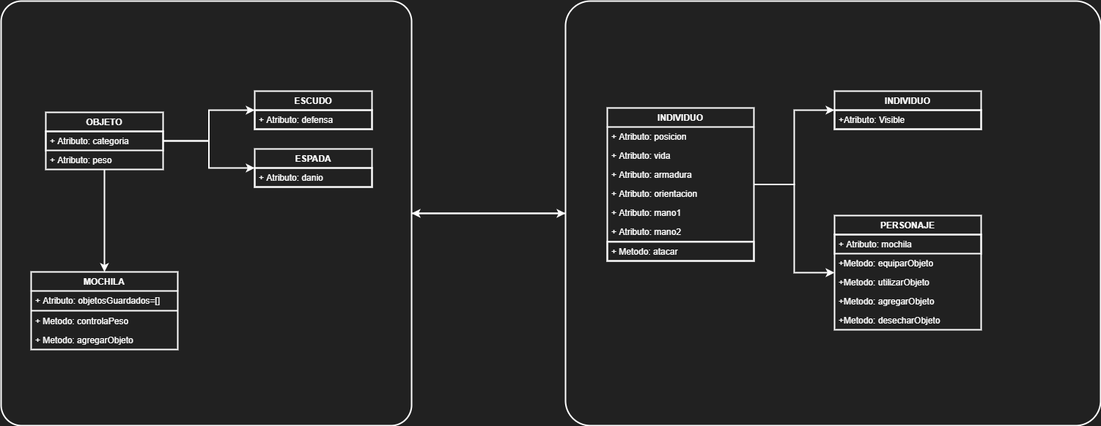
This is picture/presentacion/tp_algo1.drawio.png from algo1unsam/2021s1-tp-grupal-juego-recursa3, a draw.io export, as it was before one commit. Source tidied: cells renumbered, new cells last; positions are measured from the earlier drawing's top-left corner, leaving out a move shared by most shapes.
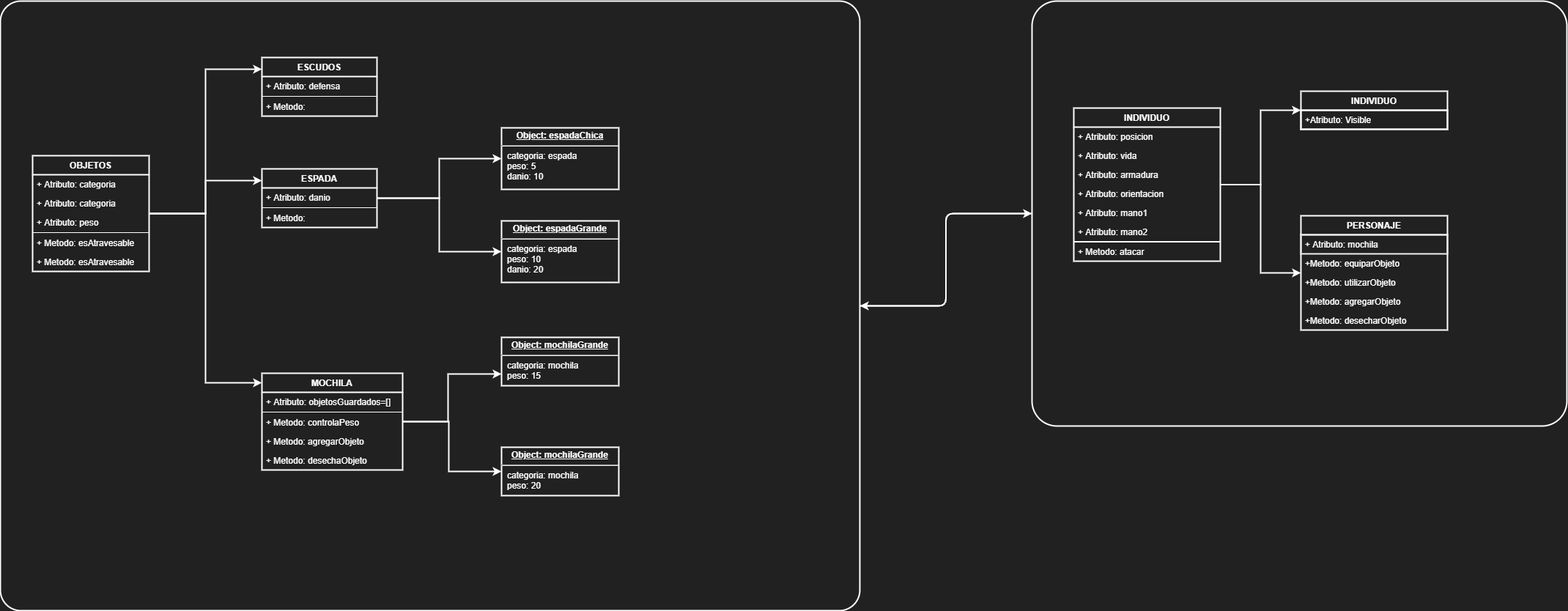
Later version of the same file.

Commit message:
Se agrega grafico

What changed in the source:
```diff
@@ -6,35 +6,11 @@
       <mxGeometry relative="1" as="geometry" />
     </mxCell>
     <mxCell id="3" style="rounded=1;whiteSpace=wrap;html=1;absoluteArcSize=1;arcSize=56;strokeWidth=2;fillColor=none;fontColor=#FFFFFF;strokeColor=#FFFFFF;" parent="1" vertex="1">
-      <mxGeometry width="560" height="580" as="geometry" />
+      <mxGeometry x="-638" width="1173" height="832" as="geometry" />
     </mxCell>
     <mxCell id="4" style="rounded=1;whiteSpace=wrap;html=1;absoluteArcSize=1;arcSize=68;strokeWidth=2;fillColor=none;fontColor=#FFFFFF;strokeColor=#FFFFFF;" parent="1" vertex="1">
       <mxGeometry x="770" width="730" height="580" as="geometry" />
     </mxCell>
-    <mxCell id="5" style="edgeStyle=orthogonalEdgeStyle;rounded=0;jettySize=auto;html=1;entryX=0;entryY=0.5;entryDx=0;entryDy=0;strokeWidth=2;fillColor=none;fontColor=#FFFFFF;strokeColor=#FFFFFF;" parent="1" edge="1" source="8" target="11">
-      <mxGeometry relative="1" as="geometry" />
-    </mxCell>
-    <mxCell id="6" style="edgeStyle=orthogonalEdgeStyle;rounded=0;jettySize=auto;html=1;strokeWidth=2;entryX=0;entryY=0.5;entryDx=0;entryDy=0;fillColor=none;fontColor=#FFFFFF;strokeColor=#FFFFFF;" parent="1" edge="1" source="8" target="32">
-      <mxGeometry relative="1" as="geometry" />
-    </mxCell>
-    <mxCell id="7" style="edgeStyle=orthogonalEdgeStyle;curved=0;rounded=1;sketch=0;jettySize=auto;html=1;strokeWidth=2;fillColor=none;fontColor=#FFFFFF;strokeColor=#FFFFFF;" parent="1" edge="1" source="8" target="34">
-      <mxGeometry relative="1" as="geometry" />
-    </mxCell>
-    <mxCell id="8" value="OBJETO" style="swimlane;fontStyle=1;align=center;verticalAlign=top;horizontal=1;startSize=26;fillColor=none;strokeWidth=2;fontColor=#FFFFFF;strokeColor=#FFFFFF;" parent="1" vertex="1">
-      <mxGeometry x="61" y="152" width="160" height="78" as="geometry" />
-    </mxCell>
-    <mxCell id="9" value="+ Atributo: categoria" style="text;fillColor=none;align=left;verticalAlign=top;spacingLeft=4;spacingRight=4;overflow=hidden;strokeWidth=2;fontColor=#FFFFFF;strokeColor=#FFFFFF;" parent="8" vertex="1">
-      <mxGeometry y="26" width="160" height="26" as="geometry" />
-    </mxCell>
-    <mxCell id="10" value="+ Atributo: peso" style="text;fillColor=none;align=left;verticalAlign=top;spacingLeft=4;spacingRight=4;overflow=hidden;fontColor=#FFFFFF;strokeWidth=2;" parent="8" vertex="1">
-      <mxGeometry y="52" width="160" height="26" as="geometry" />
-    </mxCell>
-    <mxCell id="11" value="ESCUDO" style="swimlane;fontStyle=1;align=center;verticalAlign=top;horizontal=1;startSize=26;fillColor=none;strokeWidth=2;fontColor=#FFFFFF;strokeColor=#FFFFFF;" parent="1" vertex="1">
-      <mxGeometry x="346" y="123" width="160" height="52" as="geometry" />
-    </mxCell>
-    <mxCell id="12" value="+ Atributo: defensa" style="text;fillColor=none;align=left;verticalAlign=top;spacingLeft=4;spacingRight=4;overflow=hidden;fontColor=#FFFFFF;strokeColor=#FFFFFF;strokeWidth=2;" parent="11" vertex="1">
-      <mxGeometry y="26" width="160" height="26" as="geometry" />
-    </mxCell>
     <mxCell id="13" style="edgeStyle=orthogonalEdgeStyle;rounded=0;jettySize=auto;html=1;strokeWidth=2;fillColor=none;fontColor=#FFFFFF;strokeColor=#FFFFFF;" parent="1" edge="1" source="15" target="24">
       <mxGeometry relative="1" as="geometry" />
     </mxCell>
@@ -65,7 +41,7 @@
     <mxCell id="22" style="line;strokeWidth=2;fillColor=none;align=left;verticalAlign=middle;spacingTop=-1;spacingLeft=3;spacingRight=3;labelPosition=right;fontColor=#FFFFFF;strokeColor=#FFFFFF;" parent="15" vertex="1">
       <mxGeometry y="182" width="200" height="1" as="geometry" />
     </mxCell>
-    <mxCell id="23" value="+ Metodo: atacar" style="text;fillColor=none;align=left;verticalAlign=top;spacingLeft=4;spacingRight=4;overflow=hidden;fontColor=#FFFFFF;strokeColor=#FFFFFF;strokeWidth=2;" parent="15" vertex="1">
+    <mxCell id="23" value="+ Metodo: atacar" style="text;fillColor=none;align=left;verticalAlign=top;spacingLeft=4;spacingRight=4;overflow=hidden;fontColor=#FFFFFF;strokeWidth=2;arcSize=12;" parent="15" vertex="1">
       <mxGeometry y="183" width="200" height="26" as="geometry" />
     </mxCell>
     <mxCell id="24" value="INDIVIDUO" style="swimlane;fontStyle=1;align=center;verticalAlign=top;horizontal=1;startSize=26;fillColor=none;strokeWidth=2;fontColor=#FFFFFF;strokeColor=#FFFFFF;" parent="1" vertex="1">
@@ -77,7 +53,7 @@
     <mxCell id="26" value="PERSONAJE" style="swimlane;fontStyle=1;align=center;verticalAlign=top;horizontal=1;startSize=26;fillColor=none;strokeWidth=2;fontColor=#FFFFFF;strokeColor=#FFFFFF;" parent="1" vertex="1">
       <mxGeometry x="1137" y="293" width="200" height="156" as="geometry" />
     </mxCell>
-    <mxCell id="27" value="+ Atributo: mochila" style="text;fillColor=none;align=left;verticalAlign=top;spacingLeft=4;spacingRight=4;overflow=hidden;fontColor=#FFFFFF;strokeColor=#FFFFFF;strokeWidth=2;" parent="26" vertex="1">
+    <mxCell id="27" value="+ Atributo: mochila" style="text;fillColor=none;align=left;verticalAlign=top;spacingLeft=4;spacingRight=4;overflow=hidden;fontColor=#FFFFFF;strokeWidth=2;strokeColor=#f0f0f0;" parent="26" vertex="1">
       <mxGeometry y="26" width="200" height="26" as="geometry" />
     </mxCell>
     <mxCell id="28" value="+Metodo: equiparObjeto" style="text;fillColor=none;align=left;verticalAlign=top;spacingLeft=4;spacingRight=4;overflow=hidden;fontColor=#FFFFFF;strokeWidth=2;" parent="26" vertex="1">
@@ -92,29 +68,129 @@
     <mxCell id="31" value="+Metodo: desecharObjeto" style="text;fillColor=none;align=left;verticalAlign=top;spacingLeft=4;spacingRight=4;overflow=hidden;fontColor=#FFFFFF;strokeWidth=2;" parent="26" vertex="1">
       <mxGeometry y="130" width="200" height="26" as="geometry" />
     </mxCell>
-    <mxCell id="32" value="ESPADA" style="swimlane;fontStyle=1;align=center;verticalAlign=top;horizontal=1;startSize=26;fillColor=none;strokeWidth=2;fontColor=#FFFFFF;strokeColor=#FFFFFF;" parent="1" vertex="1">
-      <mxGeometry x="346" y="202" width="160" height="52" as="geometry" />
-    </mxCell>
-    <mxCell id="33" value="+ Atributo: danio" style="text;fillColor=none;align=left;verticalAlign=top;spacingLeft=4;spacingRight=4;overflow=hidden;strokeWidth=2;fontColor=#FFFFFF;strokeColor=#FFFFFF;" parent="32" vertex="1">
-      <mxGeometry y="26" width="160" height="26" as="geometry" />
-    </mxCell>
+    <mxCell id="40" style="edgeStyle=orthogonalEdgeStyle;rounded=0;jettySize=auto;html=1;shadow=0;strokeColor=#FFFFFF;strokeWidth=2;fontColor=#FFFFFF;" parent="1" edge="1" source="34" target="61">
+      <mxGeometry relative="1" as="geometry">
+        <Array as="points">
+          <mxPoint x="-27" y="574" />
+          <mxPoint x="-27" y="509" />
+        </Array>
+      </mxGeometry>
+    </mxCell>
+    <mxCell id="41" style="edgeStyle=orthogonalEdgeStyle;rounded=0;jettySize=auto;html=1;shadow=0;strokeColor=#FFFFFF;strokeWidth=2;fontColor=#FFFFFF;" parent="1" edge="1" source="34" target="62">
+      <mxGeometry relative="1" as="geometry">
+        <Array as="points">
+          <mxPoint x="-26" y="574" />
+          <mxPoint x="-26" y="642" />
+        </Array>
+      </mxGeometry>
+    </mxCell>
     <mxCell id="34" value="MOCHILA" style="swimlane;fontStyle=1;align=center;verticalAlign=top;horizontal=1;startSize=26;fillColor=none;strokeWidth=2;fontColor=#FFFFFF;strokeColor=#FFFFFF;" parent="1" vertex="1">
-      <mxGeometry x="41" y="370" width="200" height="106" as="geometry" />
+      <mxGeometry x="-281" y="508" width="192" height="132" as="geometry" />
     </mxCell>
-    <mxCell id="35" value="+ Atributo: objetosGuardados=[]" style="text;fillColor=none;align=left;verticalAlign=top;spacingLeft=4;spacingRight=4;overflow=hidden;fontColor=#FFFFFF;strokeWidth=2;" parent="34" vertex="1">
-      <mxGeometry y="26" width="200" height="26" as="geometry" />
+    <mxCell id="35" value="+ Atributo: objetosGuardados=[]" style="text;fillColor=none;align=left;verticalAlign=top;spacingLeft=4;spacingRight=4;overflow=hidden;fontColor=#FFFFFF;strokeWidth=1;" parent="34" vertex="1">
+      <mxGeometry y="26" width="192" height="26" as="geometry" />
     </mxCell>
-    <mxCell id="36" style="line;strokeWidth=2;fillColor=none;align=left;verticalAlign=middle;spacingTop=-1;spacingLeft=3;spacingRight=3;labelPosition=right;fontColor=#FFFFFF;strokeColor=#FFFFFF;" parent="34" vertex="1">
-      <mxGeometry y="52" width="200" height="2" as="geometry" />
+    <mxCell id="36" style="line;strokeWidth=1;fillColor=none;align=left;verticalAlign=middle;spacingTop=-1;spacingLeft=3;spacingRight=3;labelPosition=right;fontColor=#FFFFFF;strokeColor=#FFFFFF;" parent="34" vertex="1">
+      <mxGeometry y="52" width="192" height="2" as="geometry" />
     </mxCell>
     <mxCell id="37" value="+ Metodo: controlaPeso" style="text;fillColor=none;align=left;verticalAlign=top;spacingLeft=4;spacingRight=4;overflow=hidden;fontColor=#FFFFFF;strokeWidth=2;" parent="34" vertex="1">
-      <mxGeometry y="54" width="200" height="26" as="geometry" />
+      <mxGeometry y="54" width="192" height="26" as="geometry" />
     </mxCell>
     <mxCell id="38" value="+ Metodo: agregarObjeto" style="text;fillColor=none;align=left;verticalAlign=top;spacingLeft=4;spacingRight=4;overflow=hidden;fontColor=#FFFFFF;strokeWidth=2;" parent="34" vertex="1">
-      <mxGeometry y="80" width="200" height="26" as="geometry" />
+      <mxGeometry y="80" width="192" height="26" as="geometry" />
     </mxCell>
+    <mxCell id="42" value="+ Metodo: desechaObjeto" style="text;fillColor=none;align=left;verticalAlign=top;spacingLeft=4;spacingRight=4;overflow=hidden;fontColor=#FFFFFF;strokeWidth=2;" parent="34" vertex="1">
+      <mxGeometry y="106" width="192" height="26" as="geometry" />
+    </mxCell>
     <mxCell id="39" style="edgeStyle=orthogonalEdgeStyle;curved=0;rounded=1;sketch=0;jettySize=auto;html=1;entryX=1;entryY=0.5;entryDx=0;entryDy=0;strokeWidth=2;fillColor=none;fontColor=#FFFFFF;strokeColor=#FFFFFF;" parent="1" edge="1" source="4" target="3">
       <mxGeometry relative="1" as="geometry" />
     </mxCell>
+    <mxCell id="43" style="edgeStyle=orthogonalEdgeStyle;rounded=0;jettySize=auto;html=1;shadow=0;strokeColor=#FFFFFF;strokeWidth=2;fontColor=#FFFFFF;" parent="1" edge="1" source="46" target="32">
+      <mxGeometry relative="1" as="geometry">
+        <Array as="points">
+          <mxPoint x="-358" y="290" />
+          <mxPoint x="-358" y="245" />
+        </Array>
+      </mxGeometry>
+    </mxCell>
+    <mxCell id="44" style="edgeStyle=orthogonalEdgeStyle;rounded=0;jettySize=auto;html=1;shadow=0;strokeColor=#FFFFFF;strokeWidth=2;fontColor=#FFFFFF;" parent="1" edge="1" source="46" target="52">
+      <mxGeometry relative="1" as="geometry">
+        <Array as="points">
+          <mxPoint x="-358" y="290" />
+          <mxPoint x="-358" y="93" />
+        </Array>
+      </mxGeometry>
+    </mxCell>
+    <mxCell id="45" style="edgeStyle=orthogonalEdgeStyle;rounded=0;jettySize=auto;html=1;shadow=0;strokeColor=#FFFFFF;strokeWidth=2;fontColor=#FFFFFF;" parent="1" edge="1" source="46" target="34">
+      <mxGeometry relative="1" as="geometry">
+        <Array as="points">
+          <mxPoint x="-358" y="290" />
+          <mxPoint x="-358" y="521" />
+        </Array>
+      </mxGeometry>
+    </mxCell>
+    <mxCell id="46" value="OBJETOS" style="swimlane;fontStyle=1;align=center;verticalAlign=top;horizontal=1;startSize=26;fillColor=none;strokeWidth=2;fontColor=#FFFFFF;strokeColor=#FFFFFF;" parent="1" vertex="1">
+      <mxGeometry x="-594" y="211" width="159" height="158" as="geometry" />
+    </mxCell>
+    <mxCell id="47" value="+ Atributo: categoria" style="text;fillColor=none;align=left;verticalAlign=top;spacingLeft=4;spacingRight=4;overflow=hidden;fontColor=#FFFFFF;strokeWidth=1;" parent="46" vertex="1">
+      <mxGeometry y="26" width="159" height="26" as="geometry" />
+    </mxCell>
+    <mxCell id="48" value="+ Atributo: categoria" style="text;fillColor=none;align=left;verticalAlign=top;spacingLeft=4;spacingRight=4;overflow=hidden;fontColor=#FFFFFF;strokeWidth=1;" parent="46" vertex="1">
+      <mxGeometry y="52" width="159" height="26" as="geometry" />
+    </mxCell>
+    <mxCell id="10" value="+ Atributo: peso" style="text;fillColor=none;align=left;verticalAlign=top;spacingLeft=4;spacingRight=4;overflow=hidden;fontColor=#FFFFFF;strokeWidth=1;" parent="46" vertex="1">
+      <mxGeometry y="78" width="159" height="26" as="geometry" />
+    </mxCell>
+    <mxCell id="49" style="line;strokeWidth=1;fillColor=none;align=left;verticalAlign=middle;spacingTop=-1;spacingLeft=3;spacingRight=3;labelPosition=right;fontColor=#FFFFFF;strokeColor=#FFFFFF;" parent="46" vertex="1">
+      <mxGeometry y="104" width="159" height="2" as="geometry" />
+    </mxCell>
+    <mxCell id="50" value="+ Metodo: esAtravesable" style="text;fillColor=none;align=left;verticalAlign=top;spacingLeft=4;spacingRight=4;overflow=hidden;fontColor=#FFFFFF;strokeWidth=2;" parent="46" vertex="1">
+      <mxGeometry y="106" width="159" height="26" as="geometry" />
+    </mxCell>
+    <mxCell id="51" value="+ Metodo: esAtravesable" style="text;fillColor=none;align=left;verticalAlign=top;spacingLeft=4;spacingRight=4;overflow=hidden;fontColor=#FFFFFF;strokeWidth=2;" parent="46" vertex="1">
+      <mxGeometry y="132" width="159" height="26" as="geometry" />
+    </mxCell>
+    <mxCell id="52" value="ESCUDOS" style="swimlane;fontStyle=1;align=center;verticalAlign=top;horizontal=1;startSize=26;fillColor=none;strokeWidth=2;fontColor=#FFFFFF;strokeColor=#FFFFFF;" parent="1" vertex="1">
+      <mxGeometry x="-281" y="77" width="157" height="80" as="geometry" />
+    </mxCell>
+    <mxCell id="12" value="+ Atributo: defensa" style="text;fillColor=none;align=left;verticalAlign=top;spacingLeft=4;spacingRight=4;overflow=hidden;fontColor=#FFFFFF;strokeWidth=1;" parent="52" vertex="1">
+      <mxGeometry y="26" width="157" height="26" as="geometry" />
+    </mxCell>
+    <mxCell id="53" style="line;strokeWidth=1;fillColor=none;align=left;verticalAlign=middle;spacingTop=-1;spacingLeft=3;spacingRight=3;labelPosition=right;fontColor=#FFFFFF;strokeColor=#FFFFFF;" parent="52" vertex="1">
+      <mxGeometry y="52" width="157" height="2" as="geometry" />
+    </mxCell>
+    <mxCell id="54" value="+ Metodo: " style="text;fillColor=none;align=left;verticalAlign=top;spacingLeft=4;spacingRight=4;overflow=hidden;fontColor=#FFFFFF;strokeWidth=2;" parent="52" vertex="1">
+      <mxGeometry y="54" width="157" height="26" as="geometry" />
+    </mxCell>
+    <mxCell id="55" style="edgeStyle=orthogonalEdgeStyle;rounded=0;jettySize=auto;html=1;shadow=0;strokeColor=#FFFFFF;strokeWidth=2;fontColor=#FFFFFF;" parent="1" edge="1" source="32" target="59">
+      <mxGeometry relative="1" as="geometry" />
+    </mxCell>
+    <mxCell id="56" style="edgeStyle=orthogonalEdgeStyle;rounded=0;jettySize=auto;html=1;shadow=0;strokeColor=#FFFFFF;strokeWidth=2;fontColor=#FFFFFF;" parent="1" edge="1" source="32" target="60">
+      <mxGeometry relative="1" as="geometry" />
+    </mxCell>
+    <mxCell id="32" value="ESPADA" style="swimlane;fontStyle=1;align=center;verticalAlign=top;horizontal=1;startSize=26;fillColor=none;strokeWidth=2;fontColor=#FFFFFF;strokeColor=#FFFFFF;" parent="1" vertex="1">
+      <mxGeometry x="-281" y="229" width="157" height="80" as="geometry" />
+    </mxCell>
+    <mxCell id="33" value="+ Atributo: danio" style="text;fillColor=none;align=left;verticalAlign=top;spacingLeft=4;spacingRight=4;overflow=hidden;fontColor=#FFFFFF;strokeWidth=1;" parent="32" vertex="1">
+      <mxGeometry y="26" width="157" height="26" as="geometry" />
+    </mxCell>
+    <mxCell id="57" style="line;strokeWidth=1;fillColor=none;align=left;verticalAlign=middle;spacingTop=-1;spacingLeft=3;spacingRight=3;labelPosition=right;fontColor=#FFFFFF;strokeColor=#FFFFFF;" parent="32" vertex="1">
+      <mxGeometry y="52" width="157" height="2" as="geometry" />
+    </mxCell>
+    <mxCell id="58" value="+ Metodo:" style="text;fillColor=none;align=left;verticalAlign=top;spacingLeft=4;spacingRight=4;overflow=hidden;fontColor=#FFFFFF;strokeWidth=2;" parent="32" vertex="1">
+      <mxGeometry y="54" width="157" height="26" as="geometry" />
+    </mxCell>
+    <mxCell id="59" value="&lt;p style=&quot;margin: 0px ; margin-top: 4px ; text-align: center ; text-decoration: underline&quot;&gt;&lt;b&gt;Object: espadaChica&lt;/b&gt;&lt;/p&gt;&lt;hr&gt;&lt;p style=&quot;margin: 0px ; margin-left: 8px&quot;&gt;categoria: espada&lt;/p&gt;&lt;p style=&quot;margin: 0px ; margin-left: 8px&quot;&gt;peso: 5&lt;/p&gt;&lt;p style=&quot;margin: 0px ; margin-left: 8px&quot;&gt;danio: 10&lt;/p&gt;" style="verticalAlign=top;align=left;overflow=fill;fontSize=12;fontFamily=Helvetica;html=1;shadow=0;strokeWidth=2;strokeColor=#FFFFFF;fillColor=none;fontColor=#FFFFFF;" parent="1" vertex="1">
+      <mxGeometry x="46" y="173" width="160" height="84" as="geometry" />
+    </mxCell>
+    <mxCell id="60" value="&lt;p style=&quot;margin: 0px ; margin-top: 4px ; text-align: center ; text-decoration: underline&quot;&gt;&lt;b&gt;Object: espadaGrande&lt;/b&gt;&lt;/p&gt;&lt;hr&gt;&lt;p style=&quot;margin: 0px ; margin-left: 8px&quot;&gt;categoria: espada&lt;/p&gt;&lt;p style=&quot;margin: 0px ; margin-left: 8px&quot;&gt;peso: 10&lt;/p&gt;&lt;p style=&quot;margin: 0px ; margin-left: 8px&quot;&gt;danio: 20&lt;/p&gt;" style="verticalAlign=top;align=left;overflow=fill;fontSize=12;fontFamily=Helvetica;html=1;shadow=0;strokeWidth=2;strokeColor=#FFFFFF;fillColor=none;fontColor=#FFFFFF;" parent="1" vertex="1">
+      <mxGeometry x="46" y="300" width="160" height="84" as="geometry" />
+    </mxCell>
+    <mxCell id="61" value="&lt;p style=&quot;margin: 0px ; margin-top: 4px ; text-align: center ; text-decoration: underline&quot;&gt;&lt;b&gt;Object: mochilaGrande&lt;/b&gt;&lt;/p&gt;&lt;hr&gt;&lt;p style=&quot;margin: 0px ; margin-left: 8px&quot;&gt;categoria: mochila&lt;/p&gt;&lt;p style=&quot;margin: 0px ; margin-left: 8px&quot;&gt;peso: 15&lt;/p&gt;" style="verticalAlign=top;align=left;overflow=fill;fontSize=12;fontFamily=Helvetica;html=1;shadow=0;strokeWidth=2;strokeColor=#FFFFFF;fillColor=none;fontColor=#FFFFFF;" parent="1" vertex="1">
+      <mxGeometry x="46" y="459" width="160" height="66" as="geometry" />
+    </mxCell>
+    <mxCell id="62" value="&lt;p style=&quot;margin: 0px ; margin-top: 4px ; text-align: center ; text-decoration: underline&quot;&gt;&lt;b&gt;Object: mochilaGrande&lt;/b&gt;&lt;/p&gt;&lt;hr&gt;&lt;p style=&quot;margin: 0px ; margin-left: 8px&quot;&gt;categoria: mochila&lt;/p&gt;&lt;p style=&quot;margin: 0px ; margin-left: 8px&quot;&gt;peso: 20&lt;/p&gt;" style="verticalAlign=top;align=left;overflow=fill;fontSize=12;fontFamily=Helvetica;html=1;shadow=0;strokeWidth=2;strokeColor=#FFFFFF;fillColor=none;fontColor=#FFFFFF;" parent="1" vertex="1">
+      <mxGeometry x="46" y="609" width="160" height="66" as="geometry" />
+    </mxCell>
   </root>
 </mxGraphModel>
```
